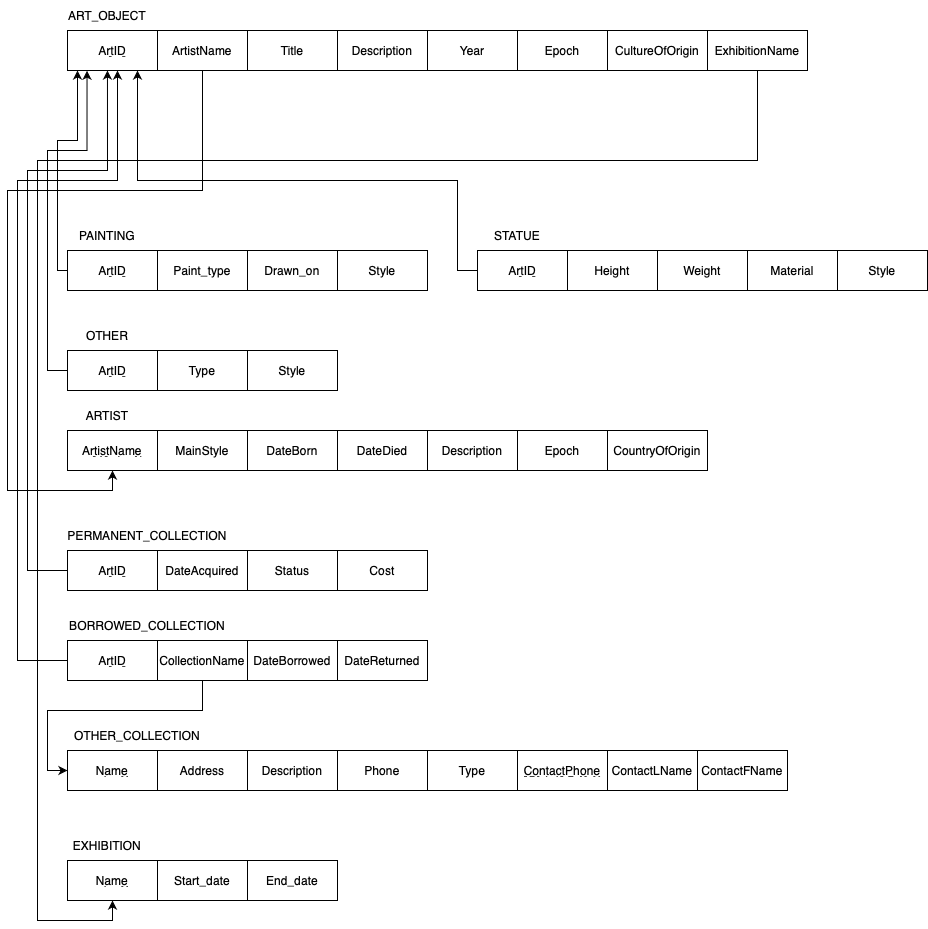
Above: 300 Final Project Relational Model.drawio.png in Maan-Khedr-ENSF-300/museum-project-coolkids87 (draw.io), before the change. Source tidied: cells renumbered, new cells last; positions are measured from the earlier drawing's top-left corner, leaving out a move shared by most shapes.
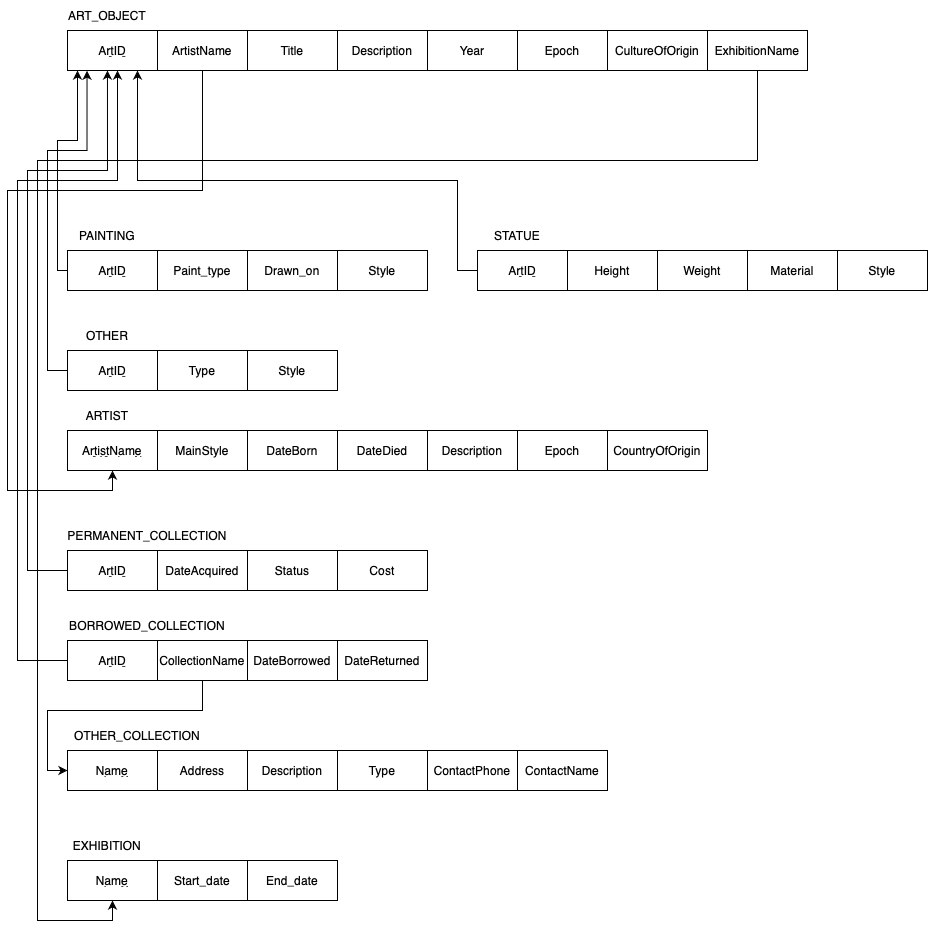
The same diagram one commit later.

Diff of the diagram source:
```diff
@@ -221,19 +221,16 @@
       <mxGeometry x="90" y="720" width="80" height="30" as="geometry" />
     </mxCell>
     <mxCell id="57" value="Type" style="rounded=0;whiteSpace=wrap;html=1;" parent="1" vertex="1">
-      <mxGeometry x="420" y="750" width="90" height="40" as="geometry" />
+      <mxGeometry x="330" y="750" width="90" height="40" as="geometry" />
     </mxCell>
     <mxCell id="58" value="&lt;u&gt;Name&lt;/u&gt;" style="rounded=0;whiteSpace=wrap;html=1;" parent="1" vertex="1">
       <mxGeometry x="60" y="750" width="90" height="40" as="geometry" />
     </mxCell>
-    <mxCell id="59" value="&lt;u&gt;ContactPhone&lt;/u&gt;" style="rounded=0;whiteSpace=wrap;html=1;" parent="1" vertex="1">
-      <mxGeometry x="510" y="750" width="90" height="40" as="geometry" />
+    <mxCell id="59" value="&lt;span&gt;ContactPhone&lt;/span&gt;" style="rounded=0;whiteSpace=wrap;html=1;fontStyle=0;" parent="1" vertex="1">
+      <mxGeometry x="420" y="750" width="90" height="40" as="geometry" />
     </mxCell>
-    <mxCell id="60" value="ContactFName" style="rounded=0;whiteSpace=wrap;html=1;" parent="1" vertex="1">
-      <mxGeometry x="690" y="750" width="90" height="40" as="geometry" />
-    </mxCell>
-    <mxCell id="61" value="ContactLName" style="rounded=0;whiteSpace=wrap;html=1;" parent="1" vertex="1">
-      <mxGeometry x="600" y="750" width="90" height="40" as="geometry" />
+    <mxCell id="61" value="ContactName" style="rounded=0;whiteSpace=wrap;html=1;" parent="1" vertex="1">
+      <mxGeometry x="510" y="750" width="90" height="40" as="geometry" />
     </mxCell>
     <mxCell id="62" value="Address" style="rounded=0;whiteSpace=wrap;html=1;" parent="1" vertex="1">
       <mxGeometry x="150" y="750" width="90" height="40" as="geometry" />
@@ -241,8 +238,5 @@
     <mxCell id="63" value="Description" style="rounded=0;whiteSpace=wrap;html=1;" parent="1" vertex="1">
       <mxGeometry x="240" y="750" width="90" height="40" as="geometry" />
     </mxCell>
-    <mxCell id="64" value="Phone" style="rounded=0;whiteSpace=wrap;html=1;" parent="1" vertex="1">
-      <mxGeometry x="330" y="750" width="90" height="40" as="geometry" />
-    </mxCell>
   </root>
 </mxGraphModel>
```
